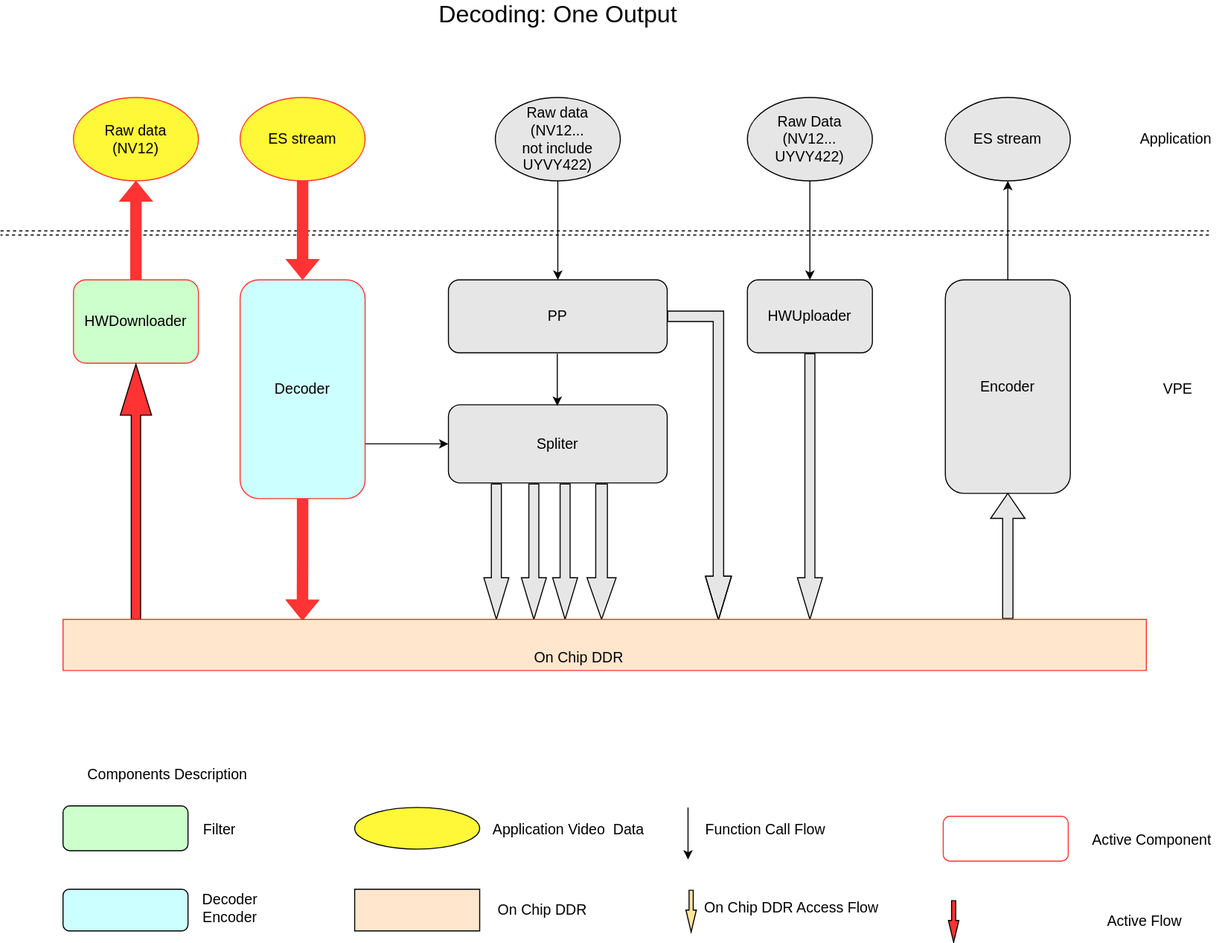
Above: doc/decoding_one_output.svg in VeriSilicon/vpe (draw.io), before the change. Source tidied: cells renumbered, new cells last; positions are measured from the earlier drawing's top-left corner, leaving out a move shared by most shapes.
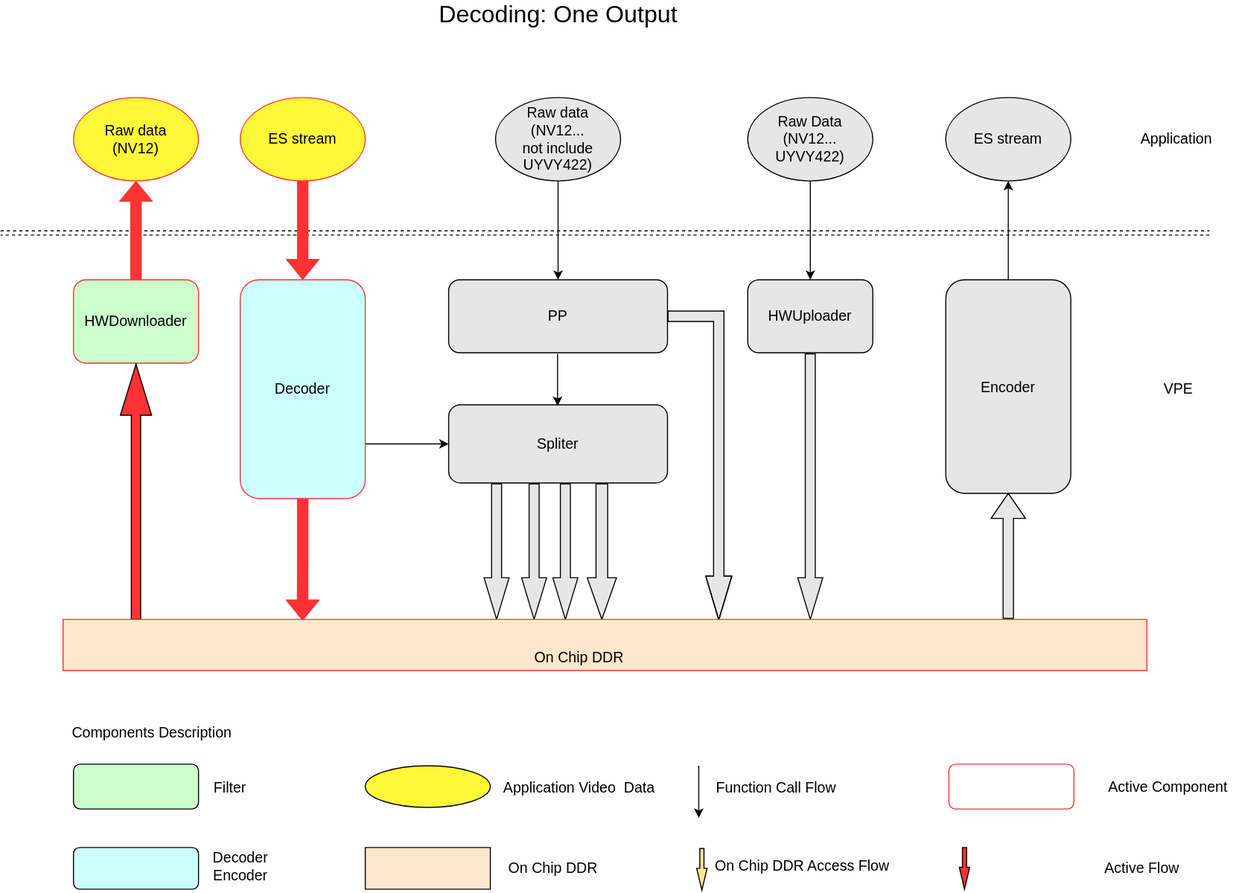
The same diagram one commit later.

What changed in the source:
```diff
@@ -93,80 +93,83 @@
     <mxCell id="29" value="&lt;font style=&quot;font-size: 23px&quot;&gt;Decoding: One Output&lt;/font&gt;" style="text;html=1;align=center;verticalAlign=middle;fillColor=none;strokeColor=none;rounded=0;" parent="1" vertex="1">
       <mxGeometry x="415" width="240" height="20" as="geometry" />
     </mxCell>
-    <mxCell id="30" style="group;fontSize=14;" parent="1" vertex="1">
-      <mxGeometry x="60" y="770" width="789" height="121" as="geometry" />
-    </mxCell>
+    <mxCell id="48" value="PP" style="rounded=1;whiteSpace=wrap;html=1;fillColor=#E6E6E6;fontSize=14;" parent="1" vertex="1">
+      <mxGeometry x="430" y="265" width="210" height="70" as="geometry" />
+    </mxCell>
+    <mxCell id="49" value="Spliter" style="rounded=1;whiteSpace=wrap;html=1;fillColor=#E6E6E6;fontSize=14;" parent="1" vertex="1">
+      <mxGeometry x="430" y="385" width="210" height="75" as="geometry" />
+    </mxCell>
+    <mxCell id="50" style="edgeStyle=orthogonalEdgeStyle;rounded=0;orthogonalLoop=1;jettySize=auto;html=1;exitX=0.25;exitY=1;exitDx=0;exitDy=0;entryX=0.25;entryY=0;entryDx=0;entryDy=0;fillColor=#E6E6E6;fontSize=14;" parent="1" edge="1">
+      <mxGeometry x="-37" y="415" as="geometry">
+        <mxPoint x="534.5" y="336" as="sourcePoint" />
+        <mxPoint x="534.5" y="386" as="targetPoint" />
+      </mxGeometry>
+    </mxCell>
+    <mxCell id="51" value="Raw Data&lt;br style=&quot;font-size: 14px;&quot;&gt;(&lt;span style=&quot;font-size: 14px;&quot;&gt;NV12...&lt;/span&gt;&lt;br style=&quot;font-size: 14px;&quot;&gt;UYVY422)" style="ellipse;whiteSpace=wrap;html=1;fillColor=#E6E6E6;fontSize=14;" parent="1" vertex="1">
+      <mxGeometry x="717" y="90" width="120" height="80" as="geometry" />
+    </mxCell>
+    <mxCell id="52" value="&lt;font style=&quot;font-size: 14px;&quot;&gt;Raw data&lt;br style=&quot;font-size: 14px;&quot;&gt;(NV12...&lt;br style=&quot;font-size: 14px;&quot;&gt;&lt;span style=&quot;font-size: 14px;&quot;&gt;not include UYVY422&lt;/span&gt;)&lt;/font&gt;" style="ellipse;whiteSpace=wrap;html=1;fillColor=#E6E6E6;fontSize=14;" parent="1" vertex="1">
+      <mxGeometry x="475" y="90" width="120" height="80" as="geometry" />
+    </mxCell>
+    <mxCell id="53" style="group;" parent="1" vertex="1">
+      <mxGeometry x="60" y="690" width="1125" height="163" as="geometry" />
+    </mxCell>
+    <mxCell id="54" style="group;fontSize=14;" parent="53" vertex="1">
+      <mxGeometry x="10" y="40" width="809" height="123" as="geometry" />
+    </mxCell>
-    <mxCell id="31" style="rounded=1;whiteSpace=wrap;html=1;fillColor=#CCFFCC;fontSize=14;" parent="30" vertex="1">
+    <mxCell id="31" style="rounded=1;whiteSpace=wrap;html=1;fillColor=#CCFFCC;fontSize=14;" parent="54" vertex="1">
       <mxGeometry width="120" height="43" as="geometry" />
     </mxCell>
-    <mxCell id="32" style="rounded=1;whiteSpace=wrap;html=1;fillColor=#CCFFFF;fontSize=14;" parent="30" vertex="1">
+    <mxCell id="32" style="rounded=1;whiteSpace=wrap;html=1;fillColor=#CCFFFF;fontSize=14;" parent="54" vertex="1">
       <mxGeometry y="80" width="120" height="40" as="geometry" />
     </mxCell>
-    <mxCell id="33" style="ellipse;whiteSpace=wrap;html=1;fillColor=#FFF838;fontSize=14;" parent="30" vertex="1">
+    <mxCell id="33" style="ellipse;whiteSpace=wrap;html=1;fillColor=#FFF838;fontSize=14;" parent="54" vertex="1">
       <mxGeometry x="280" y="1.5" width="120" height="40" as="geometry" />
     </mxCell>
-    <mxCell id="34" style="html=1;shadow=0;dashed=0;align=center;verticalAlign=middle;shape=mxgraph.arrows2.arrow;dy=0.6;dx=21;direction=south;notch=0;fillColor=#FFE599;fontSize=14;" parent="30" vertex="1">
+    <mxCell id="34" style="html=1;shadow=0;dashed=0;align=center;verticalAlign=middle;shape=mxgraph.arrows2.arrow;dy=0.6;dx=21;direction=south;notch=0;fillColor=#FFE599;fontSize=14;" parent="54" vertex="1">
       <mxGeometry x="598" y="81" width="10" height="40" as="geometry" />
     </mxCell>
-    <mxCell id="35" style="edgeStyle=orthogonalEdgeStyle;rounded=0;orthogonalLoop=1;jettySize=auto;html=1;exitX=0.5;exitY=1;exitDx=0;exitDy=0;fontSize=14;" parent="30" edge="1">
-      <mxGeometry relative="1" as="geometry">
-        <mxPoint x="600" y="1.5" as="sourcePoint" />
-        <mxPoint x="600" y="51.5" as="targetPoint" />
-      </mxGeometry>
-    </mxCell>
+    <mxCell id="55" style="edgeStyle=orthogonalEdgeStyle;rounded=0;orthogonalLoop=1;jettySize=auto;html=1;exitX=0.5;exitY=1;exitDx=0;exitDy=0;fontSize=14;" parent="54" edge="1">
+      <mxGeometry relative="1" as="geometry">
+        <mxPoint x="600" y="1.5" as="sourcePoint" />
+        <mxPoint x="600" y="51.5" as="targetPoint" />
+      </mxGeometry>
+    </mxCell>
-    <mxCell id="36" style="verticalLabelPosition=bottom;verticalAlign=top;html=1;shape=mxgraph.basic.rect;fillColor2=none;strokeWidth=1;size=20;indent=5;fillColor=#FFE6CC;fontSize=14;" parent="30" vertex="1">
+    <mxCell id="36" style="verticalLabelPosition=bottom;verticalAlign=top;html=1;shape=mxgraph.basic.rect;fillColor2=none;strokeWidth=1;size=20;indent=5;fillColor=#FFE6CC;fontSize=14;" parent="54" vertex="1">
       <mxGeometry x="280" y="80" width="120" height="40" as="geometry" />
     </mxCell>
-    <mxCell id="37" value="Filter" style="text;html=1;align=center;verticalAlign=middle;fillColor=none;strokeColor=none;rounded=0;fontSize=14;" parent="30" vertex="1">
+    <mxCell id="37" value="Filter" style="text;html=1;align=center;verticalAlign=middle;fillColor=none;strokeColor=none;rounded=0;fontSize=14;" parent="54" vertex="1">
       <mxGeometry x="125" y="13" width="50" height="20" as="geometry" />
     </mxCell>
-    <mxCell id="38" value="Decoder&lt;br style=&quot;font-size: 14px;&quot;&gt;Encoder" style="text;html=1;align=center;verticalAlign=middle;fillColor=none;strokeColor=none;rounded=0;fontSize=14;" parent="30" vertex="1">
+    <mxCell id="38" value="Decoder&lt;br style=&quot;font-size: 14px;&quot;&gt;Encoder" style="text;html=1;align=center;verticalAlign=middle;fillColor=none;strokeColor=none;rounded=0;fontSize=14;" parent="54" vertex="1">
       <mxGeometry x="125" y="78" width="70" height="40" as="geometry" />
     </mxCell>
-    <mxCell id="39" value="Application Video&amp;nbsp; Data" style="text;html=1;align=center;verticalAlign=middle;fillColor=none;strokeColor=none;rounded=0;fontSize=14;" parent="30" vertex="1">
+    <mxCell id="39" value="Application Video&amp;nbsp; Data" style="text;html=1;align=center;verticalAlign=middle;fillColor=none;strokeColor=none;rounded=0;fontSize=14;" parent="54" vertex="1">
       <mxGeometry x="405" y="13" width="160" height="20" as="geometry" />
     </mxCell>
-    <mxCell id="40" value="On Chip DDR" style="text;html=1;align=center;verticalAlign=middle;fillColor=none;strokeColor=none;rounded=0;fontSize=14;" parent="30" vertex="1">
+    <mxCell id="40" value="On Chip DDR" style="text;html=1;align=center;verticalAlign=middle;fillColor=none;strokeColor=none;rounded=0;fontSize=14;" parent="54" vertex="1">
       <mxGeometry x="410" y="90" width="100" height="20" as="geometry" />
     </mxCell>
-    <mxCell id="41" value="Function Call Flow" style="text;html=1;align=center;verticalAlign=middle;fillColor=none;strokeColor=none;rounded=0;fontSize=14;" parent="30" vertex="1">
+    <mxCell id="41" value="Function Call Flow" style="text;html=1;align=center;verticalAlign=middle;fillColor=none;strokeColor=none;rounded=0;fontSize=14;" parent="54" vertex="1">
       <mxGeometry x="609" y="13" width="130" height="20" as="geometry" />
     </mxCell>
-    <mxCell id="42" value="On Chip DDR Access Flow" style="text;html=1;align=center;verticalAlign=middle;fillColor=none;strokeColor=none;rounded=0;fontSize=14;" parent="30" vertex="1">
+    <mxCell id="42" value="On Chip DDR Access Flow" style="text;html=1;align=center;verticalAlign=middle;fillColor=none;strokeColor=none;rounded=0;fontSize=14;" parent="54" vertex="1">
       <mxGeometry x="609" y="88" width="180" height="20" as="geometry" />
     </mxCell>
-    <mxCell id="43" value="&lt;font style=&quot;font-size: 14px;&quot;&gt;Components Description&lt;/font&gt;" style="text;html=1;align=center;verticalAlign=middle;fillColor=none;strokeColor=none;rounded=0;fontSize=14;" parent="1" vertex="1">
-      <mxGeometry x="75" y="730" width="170" height="20" as="geometry" />
+    <mxCell id="43" value="&lt;font style=&quot;font-size: 14px;&quot;&gt;Components Description&lt;/font&gt;" style="text;html=1;align=center;verticalAlign=middle;fillColor=none;strokeColor=none;rounded=0;fontSize=14;" parent="53" vertex="1">
+      <mxGeometry width="170" height="20" as="geometry" />
     </mxCell>
-    <mxCell id="44" style="rounded=1;whiteSpace=wrap;html=1;fillColor=#FFFFFF;strokeColor=#FF3333;fontSize=14;" parent="1" vertex="1">
-      <mxGeometry x="905" y="780" width="120" height="43" as="geometry" />
-    </mxCell>
+    <mxCell id="56" style="rounded=1;whiteSpace=wrap;html=1;fillColor=#FFFFFF;strokeColor=#FF3333;fontSize=14;" parent="53" vertex="1">
+      <mxGeometry x="850" y="40" width="120" height="43" as="geometry" />
+    </mxCell>
-    <mxCell id="45" value="Active Component" style="text;html=1;align=center;verticalAlign=middle;fillColor=none;strokeColor=none;rounded=0;fontSize=14;" parent="1" vertex="1">
-      <mxGeometry x="1040" y="793" width="130" height="20" as="geometry" />
+    <mxCell id="45" value="Active Component" style="text;html=1;align=center;verticalAlign=middle;fillColor=none;strokeColor=none;rounded=0;fontSize=14;" parent="53" vertex="1">
+      <mxGeometry x="995" y="51.5" width="130" height="20" as="geometry" />
     </mxCell>
-    <mxCell id="46" style="html=1;shadow=0;dashed=0;align=center;verticalAlign=middle;shape=mxgraph.arrows2.arrow;dy=0.6;dx=21;direction=south;notch=0;fillColor=#FF3333;fontSize=14;" parent="1" vertex="1">
-      <mxGeometry x="910" y="861" width="10" height="40" as="geometry" />
-    </mxCell>
+    <mxCell id="57" style="html=1;shadow=0;dashed=0;align=center;verticalAlign=middle;shape=mxgraph.arrows2.arrow;dy=0.6;dx=21;direction=south;notch=0;fillColor=#FF3333;fontSize=14;" parent="53" vertex="1">
+      <mxGeometry x="860" y="120" width="10" height="40" as="geometry" />
+    </mxCell>
-    <mxCell id="47" value="Active Flow" style="text;html=1;align=center;verticalAlign=middle;fillColor=none;strokeColor=none;rounded=0;fontSize=14;" parent="1" vertex="1">
-      <mxGeometry x="1053" y="871" width="90" height="20" as="geometry" />
+    <mxCell id="47" value="Active Flow" style="text;html=1;align=center;verticalAlign=middle;fillColor=none;strokeColor=none;rounded=0;fontSize=14;" parent="53" vertex="1">
+      <mxGeometry x="990" y="130" width="90" height="20" as="geometry" />
     </mxCell>
-    <mxCell id="48" value="PP" style="rounded=1;whiteSpace=wrap;html=1;fillColor=#E6E6E6;fontSize=14;" parent="1" vertex="1">
-      <mxGeometry x="430" y="265" width="210" height="70" as="geometry" />
-    </mxCell>
-    <mxCell id="49" value="Spliter" style="rounded=1;whiteSpace=wrap;html=1;fillColor=#E6E6E6;fontSize=14;" parent="1" vertex="1">
-      <mxGeometry x="430" y="385" width="210" height="75" as="geometry" />
-    </mxCell>
-    <mxCell id="50" style="edgeStyle=orthogonalEdgeStyle;rounded=0;orthogonalLoop=1;jettySize=auto;html=1;exitX=0.25;exitY=1;exitDx=0;exitDy=0;entryX=0.25;entryY=0;entryDx=0;entryDy=0;fillColor=#E6E6E6;fontSize=14;" parent="1" edge="1">
-      <mxGeometry x="-37" y="415" as="geometry">
-        <mxPoint x="534.5" y="336" as="sourcePoint" />
-        <mxPoint x="534.5" y="386" as="targetPoint" />
-      </mxGeometry>
-    </mxCell>
-    <mxCell id="51" value="Raw Data&lt;br style=&quot;font-size: 14px;&quot;&gt;(&lt;span style=&quot;font-size: 14px;&quot;&gt;NV12...&lt;/span&gt;&lt;br style=&quot;font-size: 14px;&quot;&gt;UYVY422)" style="ellipse;whiteSpace=wrap;html=1;fillColor=#E6E6E6;fontSize=14;" parent="1" vertex="1">
-      <mxGeometry x="717" y="90" width="120" height="80" as="geometry" />
-    </mxCell>
-    <mxCell id="52" value="&lt;font style=&quot;font-size: 14px;&quot;&gt;Raw data&lt;br style=&quot;font-size: 14px;&quot;&gt;(NV12...&lt;br style=&quot;font-size: 14px;&quot;&gt;&lt;span style=&quot;font-size: 14px;&quot;&gt;not include UYVY422&lt;/span&gt;)&lt;/font&gt;" style="ellipse;whiteSpace=wrap;html=1;fillColor=#E6E6E6;fontSize=14;" parent="1" vertex="1">
-      <mxGeometry x="475" y="90" width="120" height="80" as="geometry" />
-    </mxCell>
   </root>
 </mxGraphModel>
```
